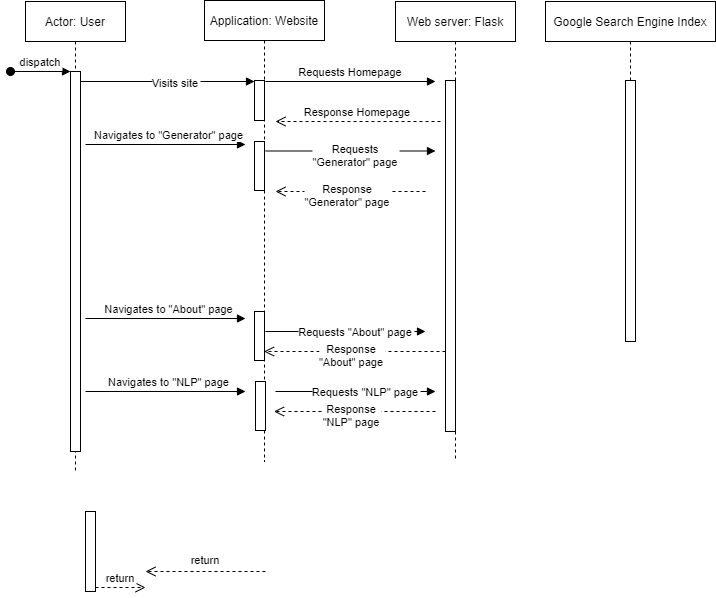
The draw.io diagram Documentation/Design/GIFT-UML-Sequence-Diagram.png in John8790909/Generating-Infographics-from-Text, before a commit. Source tidied: cells renumbered, new cells last; positions are measured from the earlier drawing's top-left corner, leaving out a move shared by most shapes.
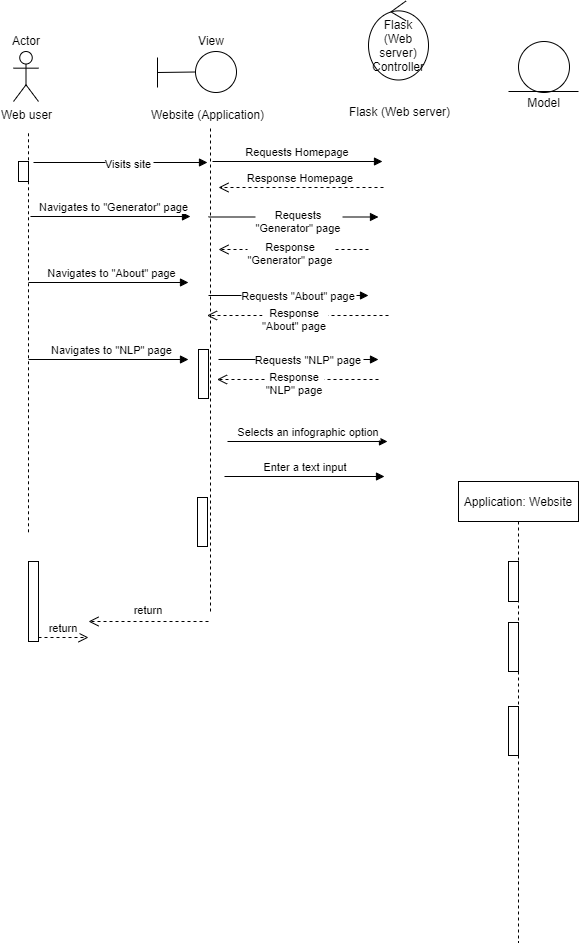
Later version of the same file.

Change to the diagram source:
```diff
@@ -2,29 +2,6 @@
   <root>
     <mxCell id="0" />
     <mxCell id="1" parent="0" />
-    <mxCell id="2" value="Actor: User" style="shape=umlLifeline;perimeter=lifelinePerimeter;rounded=0;shadow=0;strokeWidth=1;fontStyle=0;" parent="1" vertex="1">
-      <mxGeometry x="15" y="1" width="100" height="470" as="geometry" />
-    </mxCell>
-    <mxCell id="3" style="points=[];perimeter=orthogonalPerimeter;rounded=0;shadow=0;strokeWidth=1;" parent="2" vertex="1">
-      <mxGeometry x="45" y="70" width="10" height="380" as="geometry" />
-    </mxCell>
-    <mxCell id="4" value="dispatch" style="verticalAlign=bottom;startArrow=oval;endArrow=block;startSize=8;shadow=0;strokeWidth=1;" parent="2" edge="1" target="3">
-      <mxGeometry relative="1" as="geometry">
-        <mxPoint x="-15" y="70" as="sourcePoint" />
-      </mxGeometry>
-    </mxCell>
-    <mxCell id="5" value="Application: Website" style="shape=umlLifeline;perimeter=lifelinePerimeter;rounded=0;shadow=0;strokeWidth=1;" parent="1" vertex="1">
-      <mxGeometry x="194" width="120" height="461" as="geometry" />
-    </mxCell>
-    <mxCell id="6" style="perimeter=orthogonalPerimeter;rounded=0;shadow=0;strokeWidth=1;" parent="5" vertex="1">
-      <mxGeometry x="50" y="80" width="10" height="40" as="geometry" />
-    </mxCell>
-    <mxCell id="7" style="perimeter=orthogonalPerimeter;rounded=0;shadow=0;strokeWidth=1;" parent="5" vertex="1">
-      <mxGeometry x="50" y="141" width="10" height="49" as="geometry" />
-    </mxCell>
-    <mxCell id="8" style="perimeter=orthogonalPerimeter;rounded=0;shadow=0;strokeWidth=1;" parent="5" vertex="1">
-      <mxGeometry x="50" y="311" width="10" height="49" as="geometry" />
-    </mxCell>
     <mxCell id="9" value="return" style="verticalAlign=bottom;endArrow=open;dashed=1;endSize=8;shadow=0;strokeWidth=1;" parent="1" edge="1">
       <mxGeometry y="-2" relative="1" as="geometry">
         <mxPoint x="255" y="571" as="sourcePoint" />
@@ -33,8 +10,8 @@
     </mxCell>
     <mxCell id="10" value="Visits site" style="verticalAlign=bottom;endArrow=block;entryX=0;entryY=0;shadow=0;strokeWidth=1;" parent="1" edge="1">
       <mxGeometry x="0.09" y="-11" relative="1" as="geometry">
-        <mxPoint x="70" y="81" as="sourcePoint" />
-        <mxPoint x="244" y="81" as="targetPoint" />
+        <mxPoint x="80" y="112" as="sourcePoint" />
+        <mxPoint x="254" y="112" as="targetPoint" />
       </mxGeometry>
     </mxCell>
     <mxCell id="11" value="return" style="verticalAlign=bottom;endArrow=open;dashed=1;endSize=8;exitX=1;exitY=0.95;shadow=0;strokeWidth=1;" parent="1" edge="1" source="17">
@@ -42,28 +19,22 @@
         <mxPoint x="135" y="587" as="targetPoint" />
       </mxGeometry>
     </mxCell>
-    <mxCell id="12" value="Web server: Flask" style="shape=umlLifeline;perimeter=lifelinePerimeter;rounded=0;shadow=0;strokeWidth=1;" parent="1" vertex="1">
-      <mxGeometry x="385" y="1" width="120" height="460" as="geometry" />
-    </mxCell>
-    <mxCell id="13" style="perimeter=orthogonalPerimeter;rounded=0;shadow=0;strokeWidth=1;" parent="12" vertex="1">
-      <mxGeometry x="50" y="79" width="10" height="351" as="geometry" />
-    </mxCell>
     <mxCell id="14" value="Requests Homepage" style="verticalAlign=bottom;endArrow=block;entryX=0;entryY=0;shadow=0;strokeWidth=1;" parent="1" edge="1">
       <mxGeometry relative="1" as="geometry">
-        <mxPoint x="255" y="81" as="sourcePoint" />
-        <mxPoint x="425" y="81" as="targetPoint" />
+        <mxPoint x="259" y="111" as="sourcePoint" />
+        <mxPoint x="429" y="111" as="targetPoint" />
       </mxGeometry>
     </mxCell>
     <mxCell id="15" value="Response Homepage" style="verticalAlign=bottom;endArrow=open;dashed=1;endSize=8;shadow=0;strokeWidth=1;" parent="1" edge="1">
       <mxGeometry relative="1" as="geometry">
-        <mxPoint x="430" y="121" as="sourcePoint" />
-        <mxPoint x="265" y="121" as="targetPoint" />
+        <mxPoint x="430" y="137" as="sourcePoint" />
+        <mxPoint x="265" y="137" as="targetPoint" />
       </mxGeometry>
     </mxCell>
     <mxCell id="16" value="Navigates to &amp;quot;Generator&amp;quot; page" style="verticalAlign=bottom;endArrow=block;shadow=0;strokeWidth=1;html=1;" parent="1" edge="1">
       <mxGeometry x="0.03" relative="1" as="geometry">
-        <mxPoint x="75" y="144" as="sourcePoint" />
-        <mxPoint x="235" y="144" as="targetPoint" />
+        <mxPoint x="77" y="166" as="sourcePoint" />
+        <mxPoint x="237" y="166" as="targetPoint" />
       </mxGeometry>
     </mxCell>
     <mxCell id="17" style="points=[];perimeter=orthogonalPerimeter;rounded=0;shadow=0;strokeWidth=1;" parent="1" vertex="1">
@@ -71,60 +42,140 @@
     </mxCell>
     <mxCell id="18" value="Requests &#10;&quot;Generator&quot; page" style="verticalAlign=bottom;endArrow=block;entryX=0;entryY=0;shadow=0;strokeWidth=1;" parent="1" edge="1">
       <mxGeometry x="0.06" y="-20" relative="1" as="geometry">
-        <mxPoint x="255" y="150.5" as="sourcePoint" />
-        <mxPoint x="425" y="150.5" as="targetPoint" />
+        <mxPoint x="255" y="166.5" as="sourcePoint" />
+        <mxPoint x="425" y="166.5" as="targetPoint" />
       </mxGeometry>
     </mxCell>
     <mxCell id="19" value="Response&#10;&quot;Generator&quot; page" style="verticalAlign=bottom;endArrow=open;dashed=1;endSize=8;shadow=0;strokeWidth=1;" parent="1" edge="1">
       <mxGeometry x="0.04" y="20" relative="1" as="geometry">
-        <mxPoint x="415" y="191" as="sourcePoint" />
-        <mxPoint x="265" y="191" as="targetPoint" />
+        <mxPoint x="415" y="199" as="sourcePoint" />
+        <mxPoint x="265" y="199" as="targetPoint" />
       </mxGeometry>
     </mxCell>
     <mxCell id="20" value="Navigates to &quot;About&quot; page" style="verticalAlign=bottom;endArrow=block;shadow=0;strokeWidth=1;html=1;" parent="1" edge="1">
       <mxGeometry x="0.03" relative="1" as="geometry">
-        <mxPoint x="75" y="318" as="sourcePoint" />
-        <mxPoint x="235" y="318" as="targetPoint" />
+        <mxPoint x="75" y="232" as="sourcePoint" />
+        <mxPoint x="235" y="232" as="targetPoint" />
       </mxGeometry>
     </mxCell>
     <mxCell id="21" value="Navigates to &quot;NLP&quot; page" style="verticalAlign=bottom;endArrow=block;shadow=0;strokeWidth=1;html=1;" parent="1" edge="1">
       <mxGeometry x="0.03" relative="1" as="geometry">
-        <mxPoint x="75" y="391" as="sourcePoint" />
-        <mxPoint x="235" y="391" as="targetPoint" />
+        <mxPoint x="75" y="309" as="sourcePoint" />
+        <mxPoint x="235" y="309" as="targetPoint" />
       </mxGeometry>
     </mxCell>
-    <mxCell id="22" value="Google Search Engine Index" style="shape=umlLifeline;perimeter=lifelinePerimeter;rounded=0;shadow=0;strokeWidth=1;" parent="1" vertex="1">
-      <mxGeometry x="535" y="1" width="170" height="340" as="geometry" />
-    </mxCell>
-    <mxCell id="23" style="perimeter=orthogonalPerimeter;rounded=0;shadow=0;strokeWidth=1;" parent="22" vertex="1">
-      <mxGeometry x="80" y="79" width="10" height="261" as="geometry" />
-    </mxCell>
     <mxCell id="24" value="Requests &quot;About&quot; page" style="verticalAlign=bottom;endArrow=block;shadow=0;strokeWidth=1;" parent="1" edge="1">
       <mxGeometry x="0.12" y="-10" relative="1" as="geometry">
-        <mxPoint x="255" y="331" as="sourcePoint" />
-        <mxPoint x="415" y="331" as="targetPoint" />
+        <mxPoint x="255" y="245" as="sourcePoint" />
+        <mxPoint x="415" y="245" as="targetPoint" />
       </mxGeometry>
     </mxCell>
     <mxCell id="25" value="Response&#10;&quot;About&quot; page" style="verticalAlign=bottom;endArrow=open;dashed=1;endSize=8;shadow=0;strokeWidth=1;" parent="1" edge="1">
       <mxGeometry x="0.04" y="20" relative="1" as="geometry">
-        <mxPoint x="435" y="351" as="sourcePoint" />
-        <mxPoint x="253.5" y="351" as="targetPoint" />
+        <mxPoint x="435" y="265" as="sourcePoint" />
+        <mxPoint x="253.5" y="265" as="targetPoint" />
       </mxGeometry>
     </mxCell>
     <mxCell id="26" value="Requests &quot;NLP&quot; page" style="verticalAlign=bottom;endArrow=block;shadow=0;strokeWidth=1;" parent="1" edge="1">
       <mxGeometry x="0.12" y="-10" relative="1" as="geometry">
-        <mxPoint x="265" y="391" as="sourcePoint" />
-        <mxPoint x="425" y="391" as="targetPoint" />
+        <mxPoint x="265" y="309" as="sourcePoint" />
+        <mxPoint x="425" y="309" as="targetPoint" />
       </mxGeometry>
     </mxCell>
     <mxCell id="27" value="Response&#10;&quot;NLP&quot; page" style="verticalAlign=bottom;endArrow=open;dashed=1;endSize=8;shadow=0;strokeWidth=1;" parent="1" edge="1">
       <mxGeometry x="0.04" y="20" relative="1" as="geometry">
-        <mxPoint x="425" y="411" as="sourcePoint" />
-        <mxPoint x="263.5" y="411" as="targetPoint" />
+        <mxPoint x="425" y="329" as="sourcePoint" />
+        <mxPoint x="263.5" y="329" as="targetPoint" />
       </mxGeometry>
     </mxCell>
     <mxCell id="28" style="perimeter=orthogonalPerimeter;rounded=0;shadow=0;strokeWidth=1;" parent="1" vertex="1">
-      <mxGeometry x="245" y="381" width="10" height="49" as="geometry" />
+      <mxGeometry x="245" y="299" width="10" height="49" as="geometry" />
     </mxCell>
+    <mxCell id="29" style="perimeter=orthogonalPerimeter;rounded=0;shadow=0;strokeWidth=1;" parent="1" vertex="1">
+      <mxGeometry x="244" y="447" width="10" height="49" as="geometry" />
+    </mxCell>
+    <mxCell id="30" value="Web user" style="shape=umlActor;verticalLabelPosition=bottom;verticalAlign=top;html=1;" parent="1" vertex="1">
+      <mxGeometry x="60" y="1" width="25" height="50" as="geometry" />
+    </mxCell>
+    <mxCell id="31" value="Selects an infographic option" style="verticalAlign=bottom;endArrow=block;shadow=0;strokeWidth=1;" parent="1" edge="1">
+      <mxGeometry x="0.01" relative="1" as="geometry">
+        <mxPoint x="274" y="391" as="sourcePoint" />
+        <mxPoint x="434" y="391" as="targetPoint" />
+      </mxGeometry>
+    </mxCell>
+    <mxCell id="32" value="Enter a text input" style="verticalAlign=bottom;endArrow=block;shadow=0;strokeWidth=1;" parent="1" edge="1">
+      <mxGeometry x="0.01" relative="1" as="geometry">
+        <mxPoint x="271" y="426" as="sourcePoint" />
+        <mxPoint x="431" y="426" as="targetPoint" />
+      </mxGeometry>
+    </mxCell>
+    <mxCell id="33" style="perimeter=orthogonalPerimeter;rounded=0;shadow=0;strokeWidth=1;" parent="1" vertex="1">
+      <mxGeometry x="65" y="111" width="10" height="20" as="geometry" />
+    </mxCell>
+    <mxCell id="34" style="ellipse;whiteSpace=wrap;html=1;" parent="1" vertex="1">
+      <mxGeometry x="565" y="-9" width="51" height="51" as="geometry" />
+    </mxCell>
+    <mxCell id="35" style="endArrow=none;html=1;" parent="1" edge="1">
+      <mxGeometry relative="1" as="geometry">
+        <mxPoint x="555" y="41" as="sourcePoint" />
+        <mxPoint x="625" y="41" as="targetPoint" />
+      </mxGeometry>
+    </mxCell>
+    <mxCell id="36" value="Model" style="text;html=1;align=center;verticalAlign=middle;strokeColor=none;" parent="1" vertex="1">
+      <mxGeometry x="565" y="42" width="50" height="20" as="geometry" />
+    </mxCell>
+    <mxCell id="37" style="endArrow=none;dashed=1;html=1;" parent="1" edge="1">
+      <mxGeometry relative="1" as="geometry">
+        <mxPoint x="75" y="481.8" as="sourcePoint" />
+        <mxPoint x="75" y="81" as="targetPoint" />
+      </mxGeometry>
+    </mxCell>
+    <mxCell id="5" value="Application: Website" style="shape=umlLifeline;perimeter=lifelinePerimeter;rounded=0;shadow=0;strokeWidth=1;" parent="1" vertex="1">
+      <mxGeometry x="505" y="431" width="120" height="461" as="geometry" />
+    </mxCell>
+    <mxCell id="6" style="perimeter=orthogonalPerimeter;rounded=0;shadow=0;strokeWidth=1;" parent="5" vertex="1">
+      <mxGeometry x="50" y="80" width="10" height="40" as="geometry" />
+    </mxCell>
+    <mxCell id="7" style="perimeter=orthogonalPerimeter;rounded=0;shadow=0;strokeWidth=1;" parent="5" vertex="1">
+      <mxGeometry x="50" y="141" width="10" height="49" as="geometry" />
+    </mxCell>
+    <mxCell id="38" style="perimeter=orthogonalPerimeter;rounded=0;shadow=0;strokeWidth=1;" parent="5" vertex="1">
+      <mxGeometry x="50" y="225" width="10" height="49" as="geometry" />
+    </mxCell>
+    <mxCell id="39" style="ellipse;whiteSpace=wrap;html=1;" parent="1" vertex="1">
+      <mxGeometry x="242" y="1" width="41" height="41" as="geometry" />
+    </mxCell>
+    <mxCell id="40" style="endArrow=none;html=1;entryX=0;entryY=0.5;entryDx=0;entryDy=0;" parent="1" edge="1" target="39">
+      <mxGeometry relative="1" as="geometry">
+        <mxPoint x="204" y="22" as="sourcePoint" />
+      </mxGeometry>
+    </mxCell>
+    <mxCell id="41" style="endArrow=none;html=1;" parent="1" edge="1">
+      <mxGeometry relative="1" as="geometry">
+        <mxPoint x="204" y="37" as="sourcePoint" />
+        <mxPoint x="204" y="7" as="targetPoint" />
+      </mxGeometry>
+    </mxCell>
+    <mxCell id="42" value="View" style="text;html=1;strokeColor=none;fillColor=none;align=center;verticalAlign=middle;whiteSpace=wrap;rounded=0;" parent="1" vertex="1">
+      <mxGeometry x="238" y="-20" width="40" height="20" as="geometry" />
+    </mxCell>
+    <mxCell id="43" value="Actor" style="text;html=1;strokeColor=none;fillColor=none;align=center;verticalAlign=middle;whiteSpace=wrap;rounded=0;" parent="1" vertex="1">
+      <mxGeometry x="52.5" y="-20" width="40" height="20" as="geometry" />
+    </mxCell>
+    <mxCell id="44" value="Website (Application)" style="text;html=1;strokeColor=none;fillColor=none;align=center;verticalAlign=middle;whiteSpace=wrap;rounded=0;" parent="1" vertex="1">
+      <mxGeometry x="195.5" y="54" width="117" height="20" as="geometry" />
+    </mxCell>
+    <mxCell id="45" style="endArrow=none;dashed=1;html=1;" parent="1" edge="1">
+      <mxGeometry relative="1" as="geometry">
+        <mxPoint x="257" y="561" as="sourcePoint" />
+        <mxPoint x="257" y="78" as="targetPoint" />
+      </mxGeometry>
+    </mxCell>
+    <mxCell id="46" value="Flask (Web server) Controller" style="ellipse;shape=umlControl;whiteSpace=wrap;html=1;fillColor=#ffffff;" parent="1" vertex="1">
+      <mxGeometry x="415" y="-49.5" width="60" height="79" as="geometry" />
+    </mxCell>
+    <mxCell id="47" value="Flask (Web server)" style="text;html=1;strokeColor=none;fillColor=none;align=center;verticalAlign=middle;whiteSpace=wrap;rounded=0;" parent="1" vertex="1">
+      <mxGeometry x="388" y="51" width="117" height="20" as="geometry" />
+    </mxCell>
   </root>
 </mxGraphModel>
```
